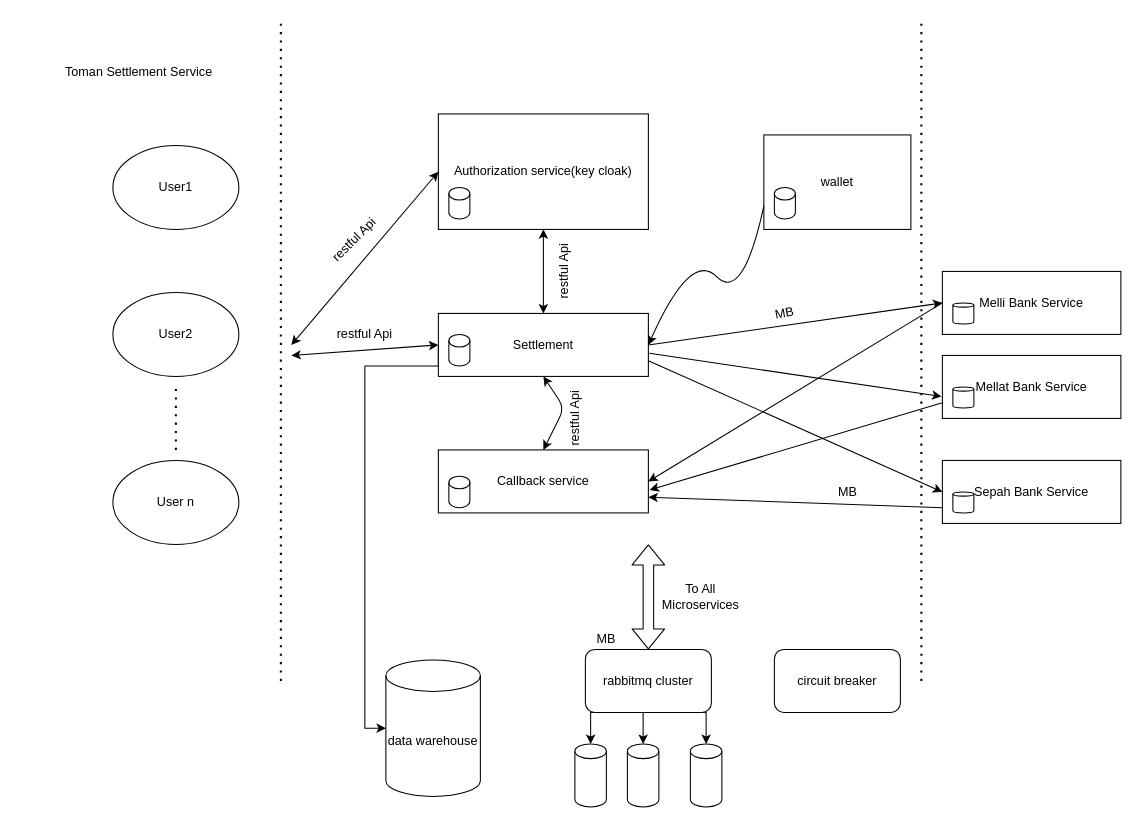
Earlier version of the draw.io diagram page "Page-1" (1 of 4) of Untitled Diagram.drawio (alimoslehirad/Devops). Source tidied: cells renumbered, new cells numbered last; positions are measured from the earlier drawing's top-left corner, leaving out a move shared by most shapes. Both pictures are drawn from the tidied source at 105%, with x=0, y=0 at pixel (18, 19).
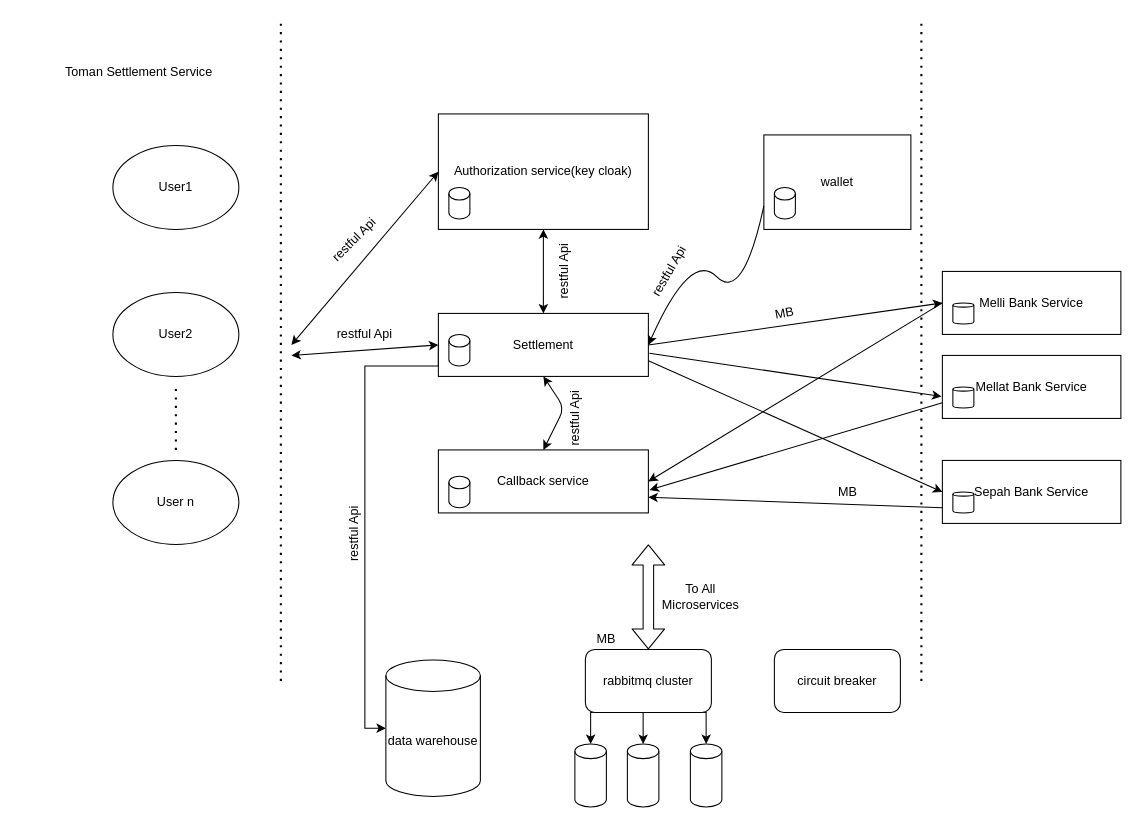
The same diagram, later.

What changed in the source:
```diff
@@
+    <mxCell id="53" value="restful Api" style="text;html=1;strokeColor=none;fillColor=none;align=center;verticalAlign=middle;whiteSpace=wrap;rounded=0;rotation=-90;" parent="1" vertex="1">
+      <mxGeometry x="280" y="480" width="80" height="20" as="geometry" />
+    </mxCell>
+    <mxCell id="54" value="restful Api" style="text;html=1;strokeColor=none;fillColor=none;align=center;verticalAlign=middle;whiteSpace=wrap;rounded=0;rotation=-60;" parent="1" vertex="1">
+      <mxGeometry x="580" y="230" width="80" height="20" as="geometry" />
+    </mxCell>
```
